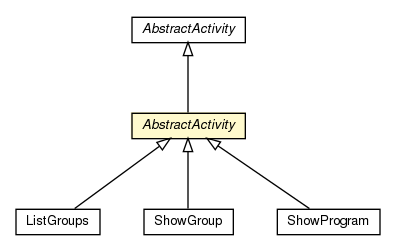
The Graphviz diagram apidocs/hu/sch/kfc/client/activity/AbstractActivity.png in messo/KFC, before a commit. Its source is kept beside it as apidocs/hu/sch/kfc/client/activity/AbstractActivity.dot.
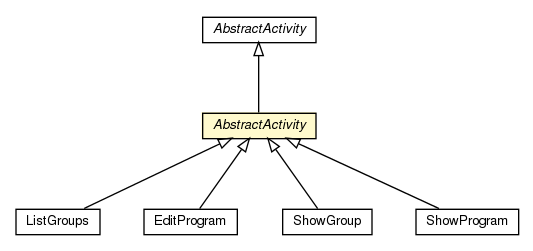
The same diagram one commit later.

Change to the diagram source:
```diff
@@ -4,31 +4,37 @@
 	node [fontname="Helvetica",fontsize=10,shape=plaintext];
 	nodesep=0.25;
 	ranksep=0.5;
-	c1745 [label=<<table title="hu.sch.kfc.client.activity.ListGroups" border="0" cellborder="1" cellspacing="0" cellpadding="2" port="p" href="./ListGroups.html">
+	c2135 [label=<<table title="hu.sch.kfc.client.activity.ListGroups" border="0" cellborder="1" cellspacing="0" cellpadding="2" port="p" href="./ListGroups.html">
 		<tr><td><table border="0" cellspacing="0" cellpadding="1">
 <tr><td align="center" balign="center"> ListGroups </td></tr>
 		</table></td></tr>
 		</table>>, URL="./ListGroups.html", fontname="Helvetica", fontcolor="black", fontsize=10.0];
-	c1748 [label=<<table title="hu.sch.kfc.client.activity.ShowGroup" border="0" cellborder="1" cellspacing="0" cellpadding="2" port="p" href="./ShowGroup.html">
+	c2138 [label=<<table title="hu.sch.kfc.client.activity.EditProgram" border="0" cellborder="1" cellspacing="0" cellpadding="2" port="p" href="./EditProgram.html">
+		<tr><td><table border="0" cellspacing="0" cellpadding="1">
+<tr><td align="center" balign="center"> EditProgram </td></tr>
+		</table></td></tr>
+		</table>>, URL="./EditProgram.html", fontname="Helvetica", fontcolor="black", fontsize=10.0];
+	c2144 [label=<<table title="hu.sch.kfc.client.activity.ShowGroup" border="0" cellborder="1" cellspacing="0" cellpadding="2" port="p" href="./ShowGroup.html">
 		<tr><td><table border="0" cellspacing="0" cellpadding="1">
 <tr><td align="center" balign="center"> ShowGroup </td></tr>
 		</table></td></tr>
 		</table>>, URL="./ShowGroup.html", fontname="Helvetica", fontcolor="black", fontsize=10.0];
-	c1752 [label=<<table title="hu.sch.kfc.client.activity.AbstractActivity" border="0" cellborder="1" cellspacing="0" cellpadding="2" port="p" bgcolor="lemonChiffon" href="./AbstractActivity.html">
+	c2148 [label=<<table title="hu.sch.kfc.client.activity.AbstractActivity" border="0" cellborder="1" cellspacing="0" cellpadding="2" port="p" bgcolor="lemonChiffon" href="./AbstractActivity.html">
 		<tr><td><table border="0" cellspacing="0" cellpadding="1">
 <tr><td align="center" balign="center"><font face="Helvetica-Oblique"> AbstractActivity </font></td></tr>
 		</table></td></tr>
 		</table>>, URL="./AbstractActivity.html", fontname="Helvetica", fontcolor="black", fontsize=10.0];
-	c1754 [label=<<table title="hu.sch.kfc.client.activity.ShowProgram" border="0" cellborder="1" cellspacing="0" cellpadding="2" port="p" href="./ShowProgram.html">
+	c2150 [label=<<table title="hu.sch.kfc.client.activity.ShowProgram" border="0" cellborder="1" cellspacing="0" cellpadding="2" port="p" href="./ShowProgram.html">
 		<tr><td><table border="0" cellspacing="0" cellpadding="1">
 <tr><td align="center" balign="center"> ShowProgram </td></tr>
 		</table></td></tr>
 		</table>>, URL="./ShowProgram.html", fontname="Helvetica", fontcolor="black", fontsize=10.0];
-	c1752:p -> c1745:p [dir=back,arrowtail=empty];
-	c1752:p -> c1748:p [dir=back,arrowtail=empty];
-	c1882:p -> c1752:p [dir=back,arrowtail=empty];
-	c1752:p -> c1754:p [dir=back,arrowtail=empty];
-	c1882 [label=<<table title="com.google.gwt.activity.shared.AbstractActivity" border="0" cellborder="1" cellspacing="0" cellpadding="2" port="p">
+	c2148:p -> c2135:p [dir=back,arrowtail=empty];
+	c2148:p -> c2138:p [dir=back,arrowtail=empty];
+	c2148:p -> c2144:p [dir=back,arrowtail=empty];
+	c2299:p -> c2148:p [dir=back,arrowtail=empty];
+	c2148:p -> c2150:p [dir=back,arrowtail=empty];
+	c2299 [label=<<table title="com.google.gwt.activity.shared.AbstractActivity" border="0" cellborder="1" cellspacing="0" cellpadding="2" port="p">
 		<tr><td><table border="0" cellspacing="0" cellpadding="1">
 <tr><td align="center" balign="center"><font face="Helvetica-Oblique"> AbstractActivity </font></td></tr>
 		</table></td></tr>
```
